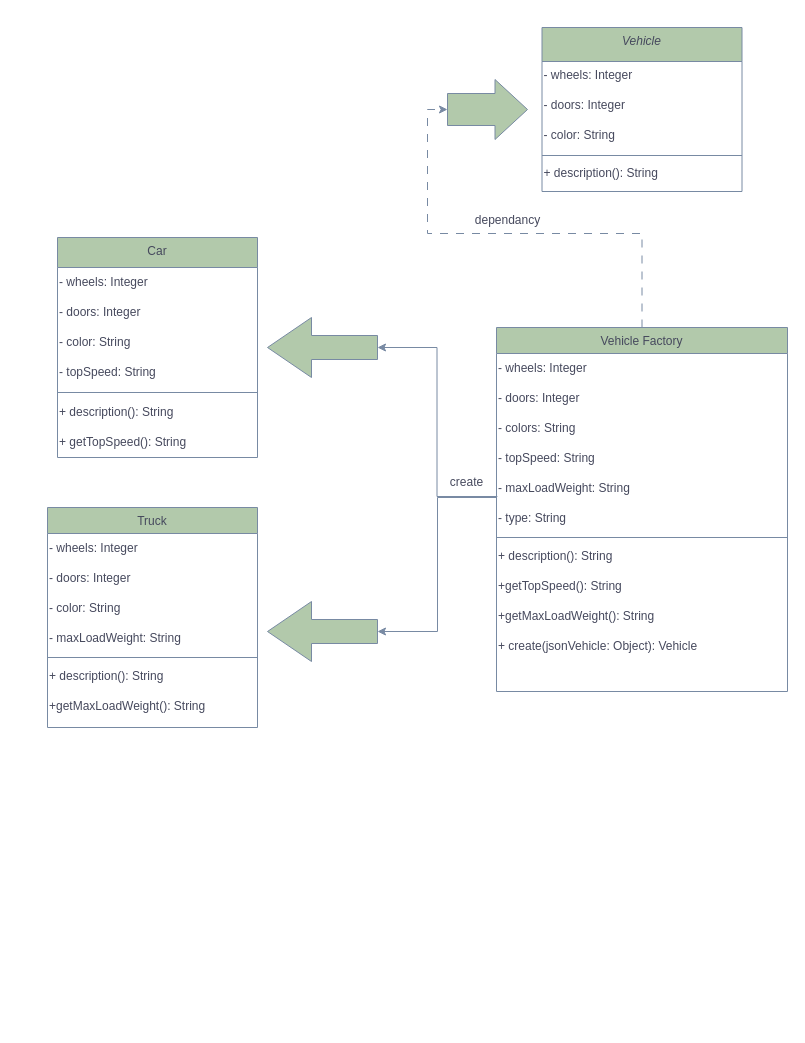
Before: Untitled Diagram.drawio in Kvevli/Use-case-diagram-Task, a draw.io diagram. Source tidied: cells renumbered, new cells numbered last; positions are measured from the earlier drawing's top-left corner, leaving out a move shared by most shapes. Both pictures are drawn from the tidied source at 100%, with x=0, y=0 at pixel (47, 27).
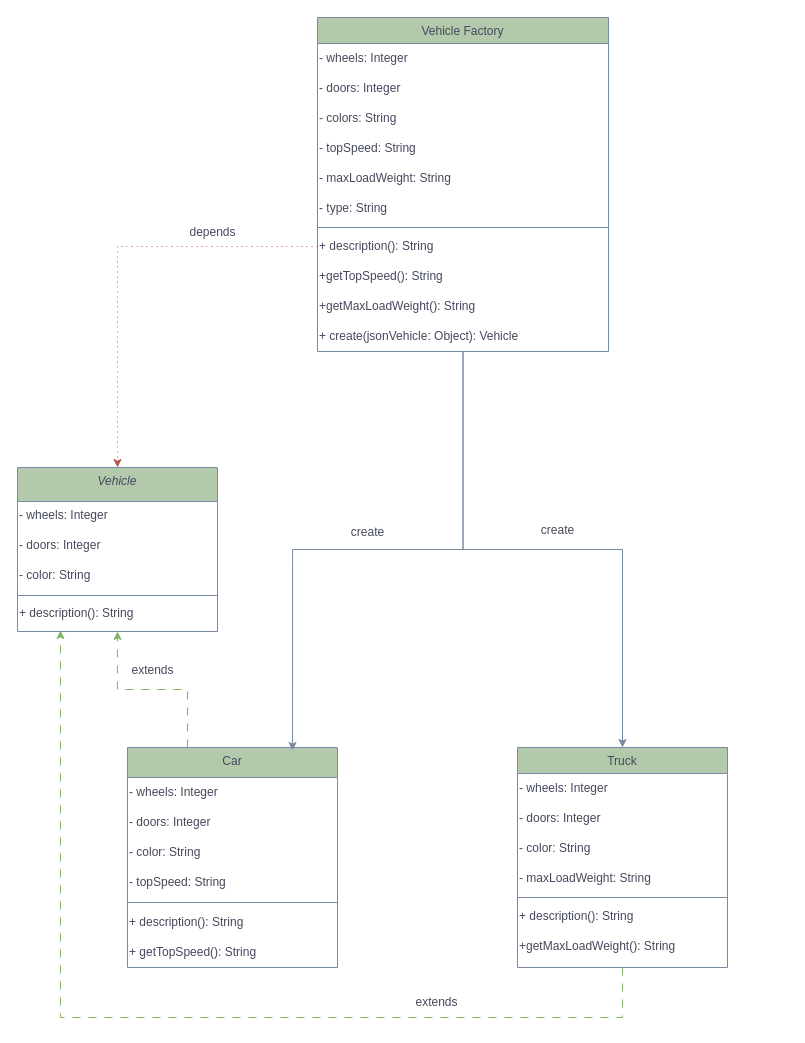
The same diagram, later.

Unchanged cells that the change refers to:
```xml
<mxCell id="7" value="+ description(): String" style="text;align=left;verticalAlign=top;points=[];strokeColor=none;fillColor=none;fontColor=#46495D;" parent="2" vertex="1">
  <mxGeometry y="132" width="200" height="30" as="geometry" />
</mxCell>
<mxCell id="30" value="- maxLoadWeight: String" style="text;html=1;align=left;verticalAlign=middle;points=[];strokeColor=none;fillColor=none;fontColor=#46495D;" parent="25" vertex="1">
  <mxGeometry y="146" width="291" height="30" as="geometry" />
</mxCell>
<mxCell id="33" value="+ description(): String" style="text;html=1;align=left;verticalAlign=middle;points=[];strokeColor=none;fillColor=none;fontColor=#46495D;" parent="25" vertex="1">
  <mxGeometry y="214" width="291" height="30" as="geometry" />
</mxCell>
<mxCell id="36" value="+ create(jsonVehicle: Object): Vehicle" style="text;html=1;align=left;verticalAlign=middle;points=[];strokeColor=none;fillColor=none;fontColor=#46495D;" parent="25" vertex="1">
  <mxGeometry y="304" width="291" height="30" as="geometry" />
</mxCell>
```

What changed in the source:
```diff
@@
     <mxCell id="2" value="Vehicle" style="swimlane;fontStyle=2;align=center;verticalAlign=top;horizontal=1;startSize=34;rounded=0;shadow=0;strokeWidth=1;labelBackgroundColor=none;fillColor=#B2C9AB;strokeColor=#788AA3;fontColor=#46495D;" parent="1" vertex="1">
-      <mxGeometry x="494.5" width="200" height="164" as="geometry" />
+      <mxGeometry x="-30" y="440" width="200" height="164" as="geometry" />
     </mxCell>
@@
+    <mxCell id="44" style="edgeStyle=orthogonalEdgeStyle;rounded=0;jettySize=auto;html=1;entryX=0.5;entryY=1;entryDx=0;entryDy=0;fontColor=#46495D;dashed=1;dashPattern=8 8;fillColor=#d5e8d4;strokeColor=#82b366;" parent="1" edge="1" source="8" target="2">
+      <mxGeometry relative="1" as="geometry">
+        <Array as="points">
+          <mxPoint x="140" y="662" />
+          <mxPoint x="70" y="662" />
+        </Array>
+      </mxGeometry>
+    </mxCell>
     <mxCell id="8" value="Car" style="swimlane;fontStyle=0;align=center;verticalAlign=top;horizontal=1;startSize=30;rounded=0;shadow=0;strokeWidth=1;labelBackgroundColor=none;fillColor=#B2C9AB;strokeColor=#788AA3;fontColor=#46495D;" parent="1" vertex="1">
-      <mxGeometry x="10" y="210" width="200" height="220" as="geometry" />
+      <mxGeometry x="80" y="720" width="210" height="220" as="geometry" />
     </mxCell>
     <mxCell id="9" value="- wheels: Integer" style="text;html=1;align=left;verticalAlign=middle;strokeColor=none;fillColor=none;fontColor=#46495D;" parent="8" vertex="1">
-      <mxGeometry y="30" width="200" height="30" as="geometry" />
+      <mxGeometry y="30" width="210" height="30" as="geometry" />
     </mxCell>
     <mxCell id="10" value="- doors: Integer" style="text;html=1;align=left;verticalAlign=middle;strokeColor=none;fillColor=none;fontColor=#46495D;" parent="8" vertex="1">
-      <mxGeometry y="60" width="200" height="30" as="geometry" />
+      <mxGeometry y="60" width="210" height="30" as="geometry" />
     </mxCell>
     <mxCell id="11" value="- color: String" style="text;html=1;align=left;verticalAlign=middle;strokeColor=none;fillColor=none;fontColor=#46495D;" parent="8" vertex="1">
-      <mxGeometry y="90" width="200" height="30" as="geometry" />
+      <mxGeometry y="90" width="210" height="30" as="geometry" />
     </mxCell>
     <mxCell id="12" value="- topSpeed: String" style="text;html=1;align=left;verticalAlign=middle;strokeColor=none;fillColor=none;fontColor=#46495D;" parent="8" vertex="1">
-      <mxGeometry y="120" width="200" height="30" as="geometry" />
+      <mxGeometry y="120" width="210" height="30" as="geometry" />
     </mxCell>
     <mxCell id="13" style="line;html=1;strokeWidth=1;align=left;verticalAlign=middle;spacingTop=-1;spacingLeft=3;spacingRight=3;labelPosition=right;labelBackgroundColor=none;fillColor=#B2C9AB;strokeColor=#788AA3;fontColor=#46495D;" parent="8" vertex="1">
-      <mxGeometry y="150" width="200" height="10" as="geometry" />
+      <mxGeometry y="150" width="210" height="10" as="geometry" />
     </mxCell>
     <mxCell id="14" value="+ description(): String" style="text;html=1;align=left;verticalAlign=middle;strokeColor=none;fillColor=none;fontColor=#46495D;" parent="8" vertex="1">
-      <mxGeometry y="160" width="200" height="30" as="geometry" />
+      <mxGeometry y="160" width="210" height="30" as="geometry" />
     </mxCell>
     <mxCell id="15" value="+ getTopSpeed(): String" style="text;html=1;align=left;verticalAlign=middle;strokeColor=none;fillColor=none;fontColor=#46495D;" parent="8" vertex="1">
-      <mxGeometry y="190" width="200" height="30" as="geometry" />
+      <mxGeometry y="190" width="210" height="30" as="geometry" />
     </mxCell>
     <mxCell id="16" value="Truck" style="swimlane;fontStyle=0;align=center;verticalAlign=top;horizontal=1;startSize=26;rounded=0;shadow=0;strokeWidth=1;labelBackgroundColor=none;fillColor=#B2C9AB;strokeColor=#788AA3;fontColor=#46495D;" parent="1" vertex="1">
-      <mxGeometry y="480" width="210" height="220" as="geometry" />
+      <mxGeometry x="470" y="720" width="210" height="220" as="geometry" />
     </mxCell>
@@
-    <mxCell id="24" style="edgeStyle=orthogonalEdgeStyle;rounded=0;jettySize=auto;html=1;strokeColor=#788AA3;fontColor=#46495D;fillColor=#B2C9AB;entryX=0;entryY=0.5;entryDx=0;entryDy=0;entryPerimeter=0;" parent="1" edge="1" source="25" target="39">
-      <mxGeometry relative="1" as="geometry">
-        <Array as="points">
-          <mxPoint x="390" y="470" />
-          <mxPoint x="390" y="604" />
-        </Array>
-      </mxGeometry>
-    </mxCell>
     <mxCell id="25" value="Vehicle Factory" style="swimlane;fontStyle=0;align=center;verticalAlign=top;horizontal=1;startSize=26;rounded=0;shadow=0;strokeWidth=1;labelBackgroundColor=none;fillColor=#B2C9AB;strokeColor=#788AA3;fontColor=#46495D;" parent="1" vertex="1">
-      <mxGeometry x="449" y="300" width="291" height="364" as="geometry" />
+      <mxGeometry x="270" y="-10" width="291" height="334" as="geometry" />
     </mxCell>
@@
-    <mxCell id="37" style="shape=singleArrow;whiteSpace=wrap;html=1;arrowWidth=0.5333333333333333;arrowSize=0.40625;verticalAlign=top;fillColor=#B2C9AB;strokeColor=#788AA3;fontColor=#46495D;fontStyle=0;startSize=26;rounded=0;shadow=0;strokeWidth=1;labelBackgroundColor=none;direction=east;" parent="1" vertex="1">
-      <mxGeometry x="400" y="52" width="80" height="60" as="geometry" />
-    </mxCell>
-    <mxCell id="38" style="shape=singleArrow;whiteSpace=wrap;html=1;arrowWidth=0.4;arrowSize=0.4;strokeColor=#788AA3;fontColor=#46495D;fillColor=#B2C9AB;direction=west;" parent="1" vertex="1">
-      <mxGeometry x="220" y="290" width="110" height="60" as="geometry" />
-    </mxCell>
-    <mxCell id="39" style="shape=singleArrow;whiteSpace=wrap;html=1;arrowWidth=0.4;arrowSize=0.4;strokeColor=#788AA3;fontColor=#46495D;fillColor=#B2C9AB;direction=west;" parent="1" vertex="1">
-      <mxGeometry x="220" y="574" width="110" height="60" as="geometry" />
-    </mxCell>
-    <mxCell id="40" style="edgeStyle=orthogonalEdgeStyle;rounded=0;jettySize=auto;html=1;strokeColor=#788AA3;fontColor=#46495D;fillColor=#B2C9AB;entryX=0;entryY=0.5;entryDx=0;entryDy=0;entryPerimeter=0;exitX=0.003;exitY=0.767;exitDx=0;exitDy=0;exitPerimeter=0;" parent="1" edge="1" source="30" target="38">
-      <mxGeometry relative="1" as="geometry" />
-    </mxCell>
-    <mxCell id="41" style="edgeStyle=orthogonalEdgeStyle;rounded=0;jettySize=auto;html=1;entryX=0;entryY=0.5;entryDx=0;entryDy=0;entryPerimeter=0;strokeColor=#788AA3;fontColor=#46495D;fillColor=#B2C9AB;labelBackgroundColor=default;flowAnimation=0;shadow=0;dashed=1;dashPattern=8 8;" parent="1" edge="1" source="25" target="37">
-      <mxGeometry relative="1" as="geometry" />
-    </mxCell>
-    <mxCell id="42" value="create" style="text;html=1;align=center;verticalAlign=middle;strokeColor=none;fillColor=none;fontColor=#46495D;rotation=0;" parent="1" vertex="1">
-      <mxGeometry x="389" y="440" width="60" height="30" as="geometry" />
-    </mxCell>
-    <mxCell id="43" value="&lt;div&gt;dependancy&lt;/div&gt;" style="text;html=1;align=center;verticalAlign=middle;strokeColor=none;fillColor=none;fontColor=#46495D;" parent="1" vertex="1">
-      <mxGeometry x="415" y="178" width="90" height="30" as="geometry" />
-    </mxCell>
+    <mxCell id="45" value="&lt;div&gt;extends&lt;/div&gt;" style="text;html=1;align=center;verticalAlign=middle;strokeColor=none;fillColor=none;fontColor=#46495D;" parent="1" vertex="1">
+      <mxGeometry x="354" y="960" width="70" height="30" as="geometry" />
+    </mxCell>
+    <mxCell id="46" value="extends" style="text;html=1;align=center;verticalAlign=middle;strokeColor=none;fillColor=none;fontColor=#46495D;" parent="1" vertex="1">
+      <mxGeometry x="70" y="628" width="70" height="30" as="geometry" />
+    </mxCell>
+    <mxCell id="47" style="edgeStyle=orthogonalEdgeStyle;rounded=0;jettySize=auto;html=1;strokeColor=#82b366;fontColor=#46495D;fillColor=#d5e8d4;dashed=1;dashPattern=8 8;entryX=0.215;entryY=1.033;entryDx=0;entryDy=0;entryPerimeter=0;" parent="1" edge="1" source="16" target="7">
+      <mxGeometry relative="1" as="geometry">
+        <Array as="points">
+          <mxPoint x="575" y="990" />
+          <mxPoint x="13" y="990" />
+        </Array>
+      </mxGeometry>
+    </mxCell>
+    <mxCell id="48" style="edgeStyle=orthogonalEdgeStyle;rounded=0;jettySize=auto;html=1;entryX=0.786;entryY=0.014;entryDx=0;entryDy=0;entryPerimeter=0;strokeColor=#788AA3;fontColor=#46495D;fillColor=#B2C9AB;" parent="1" edge="1" source="25" target="8">
+      <mxGeometry relative="1" as="geometry" />
+    </mxCell>
+    <mxCell id="49" style="edgeStyle=orthogonalEdgeStyle;rounded=0;jettySize=auto;html=1;strokeColor=#788AA3;fontColor=#46495D;fillColor=#B2C9AB;" parent="1" edge="1" source="36" target="16">
+      <mxGeometry relative="1" as="geometry" />
+    </mxCell>
+    <mxCell id="50" value="create" style="text;html=1;align=center;verticalAlign=middle;strokeColor=none;fillColor=none;fontColor=#46495D;" parent="1" vertex="1">
+      <mxGeometry x="290" y="490" width="60" height="30" as="geometry" />
+    </mxCell>
+    <mxCell id="51" value="create" style="text;html=1;align=center;verticalAlign=middle;strokeColor=none;fillColor=none;fontColor=#46495D;" parent="1" vertex="1">
+      <mxGeometry x="480" y="488" width="60" height="30" as="geometry" />
+    </mxCell>
+    <mxCell id="52" style="edgeStyle=orthogonalEdgeStyle;rounded=0;jettySize=auto;html=1;entryX=0.5;entryY=0;entryDx=0;entryDy=0;fontColor=#46495D;dashed=1;dashPattern=1 4;curved=0;fillColor=#f8cecc;strokeColor=#b85450;" parent="1" edge="1" source="33" target="2">
+      <mxGeometry relative="1" as="geometry" />
+    </mxCell>
+    <mxCell id="53" value="depends" style="text;html=1;align=center;verticalAlign=middle;strokeColor=none;fillColor=none;fontColor=#46495D;" parent="1" vertex="1">
+      <mxGeometry x="130" y="190" width="70" height="30" as="geometry" />
+    </mxCell>
```
